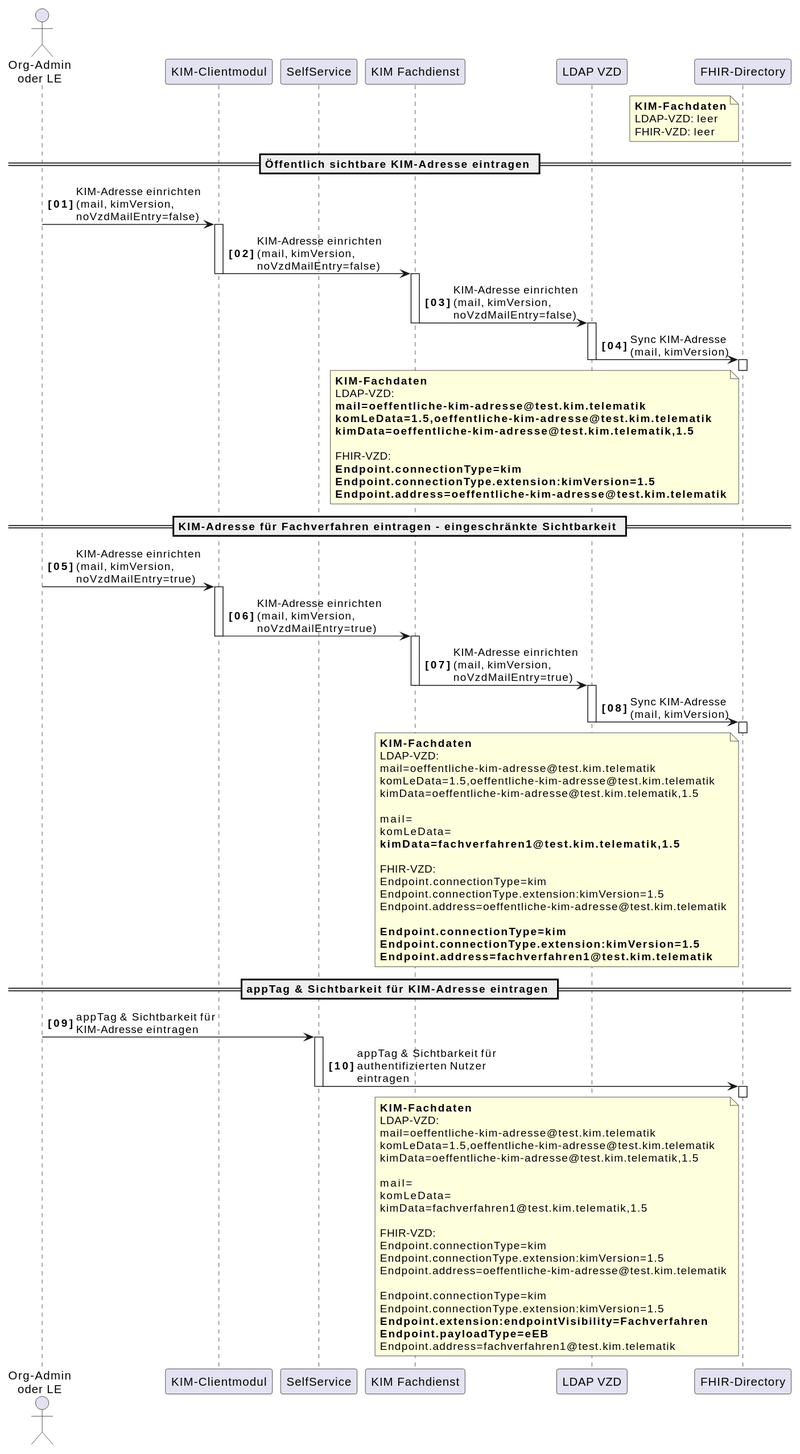
Earlier version of the PlantUML export images/diagrams/SequenceDiagram.FHIR_AF_10471_appTags.svg (gematik/api-vzd).
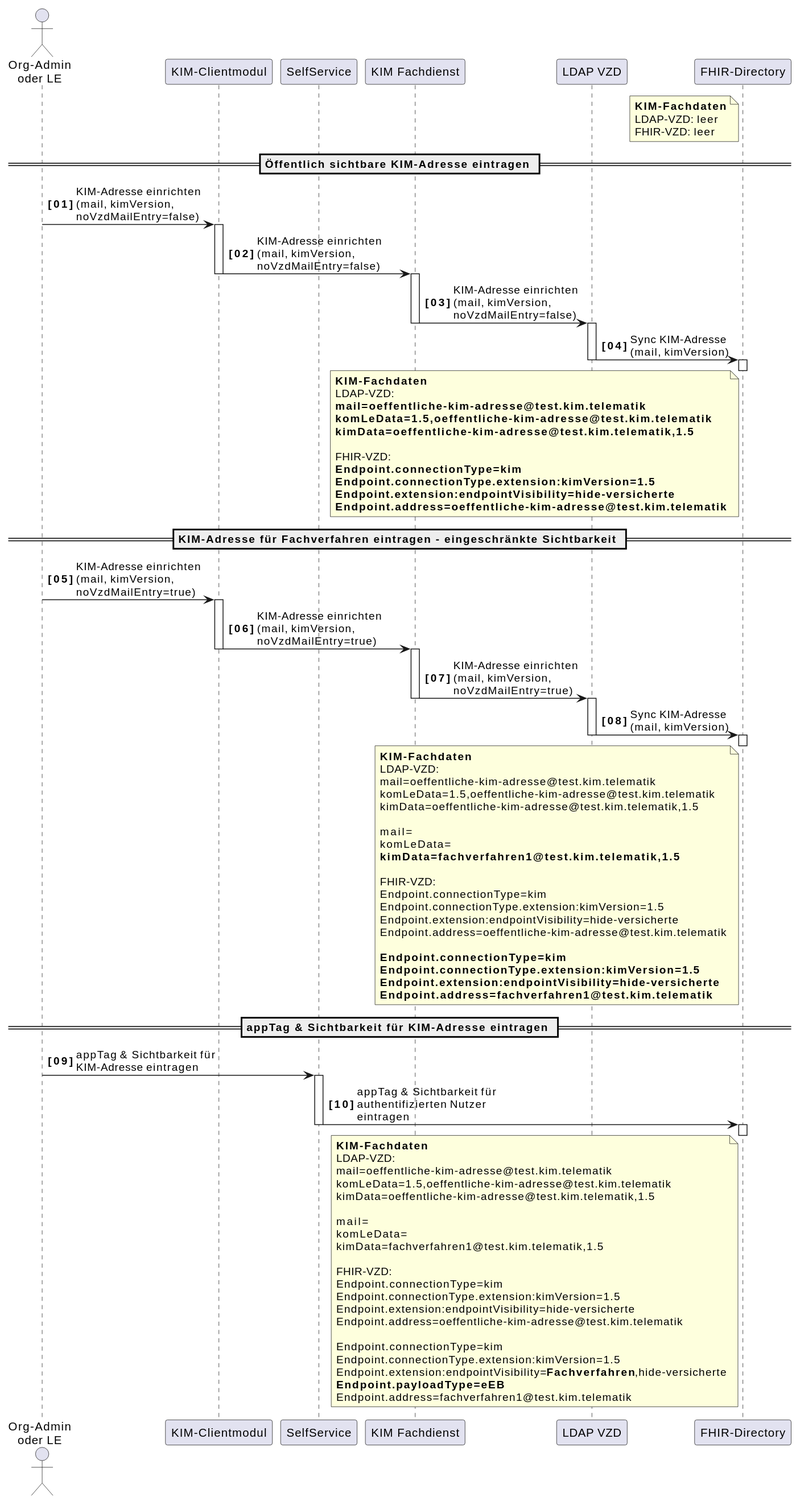
Later version of the same file.

Commit message:
Commit from GitHub Actions (GeneratePlantumlImages)

The edit, as a diff of the source:
```diff
@@ -43,6 +43,7 @@
 FHIR-VZD:
 <b>Endpoint.connectionType=kim
 <b>Endpoint.connectionType.extension:kimVersion=1.5
+<b>Endpoint.extension:endpointVisibility=hide-versicherte
 <b>Endpoint.address=oeffentliche-kim-adresse@test.kim.telematik
 end note
 
@@ -77,10 +78,12 @@
 FHIR-VZD:
 Endpoint.connectionType=kim
 Endpoint.connectionType.extension:kimVersion=1.5
+Endpoint.extension:endpointVisibility=hide-versicherte
 Endpoint.address=oeffentliche-kim-adresse@test.kim.telematik
 
 <b>Endpoint.connectionType=kim
 <b>Endpoint.connectionType.extension:kimVersion=1.5
+<b>Endpoint.extension:endpointVisibility=hide-versicherte
 <b>Endpoint.address=fachverfahren1@test.kim.telematik
 end note
 
@@ -107,11 +110,12 @@
 FHIR-VZD:
 Endpoint.connectionType=kim
 Endpoint.connectionType.extension:kimVersion=1.5
+Endpoint.extension:endpointVisibility=hide-versicherte
 Endpoint.address=oeffentliche-kim-adresse@test.kim.telematik
 
 Endpoint.connectionType=kim
 Endpoint.connectionType.extension:kimVersion=1.5
-<b>Endpoint.extension:endpointVisibility=Fachverfahren
+Endpoint.extension:endpointVisibility=<b>Fachverfahren</b>,hide-versicherte
 <b>Endpoint.payloadType=eEB</b>
 Endpoint.address=fachverfahren1@test.kim.telematik
 end note
```
